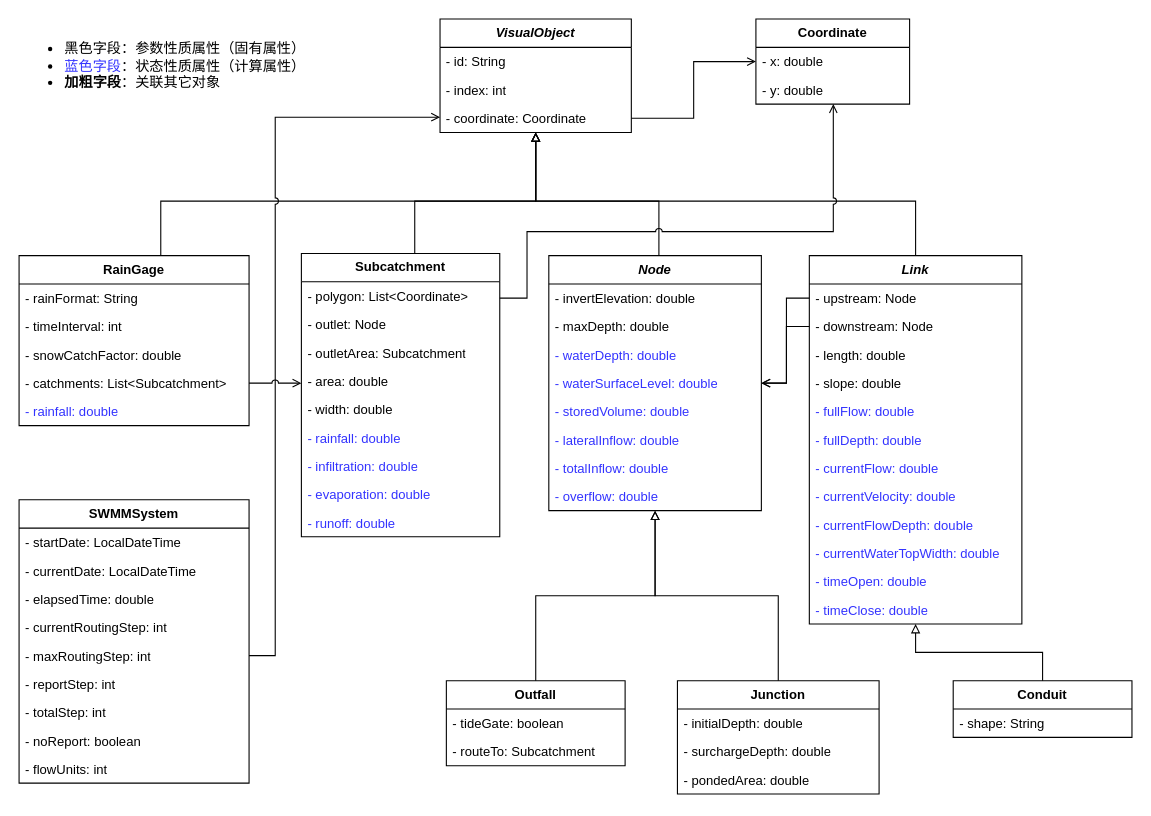
Above: page "SWMM模型" (2 of 6) of docs/diagram/模型图.dio in hubu-mdzhang/swmm-sensorthings (draw.io), before the change. Source tidied: cells renumbered, new cells numbered last; positions are measured from the earlier drawing's top-left corner, leaving out a move shared by most shapes. Both pictures are drawn from the tidied source at 109%, with x=0, y=0 at pixel (19, 19).
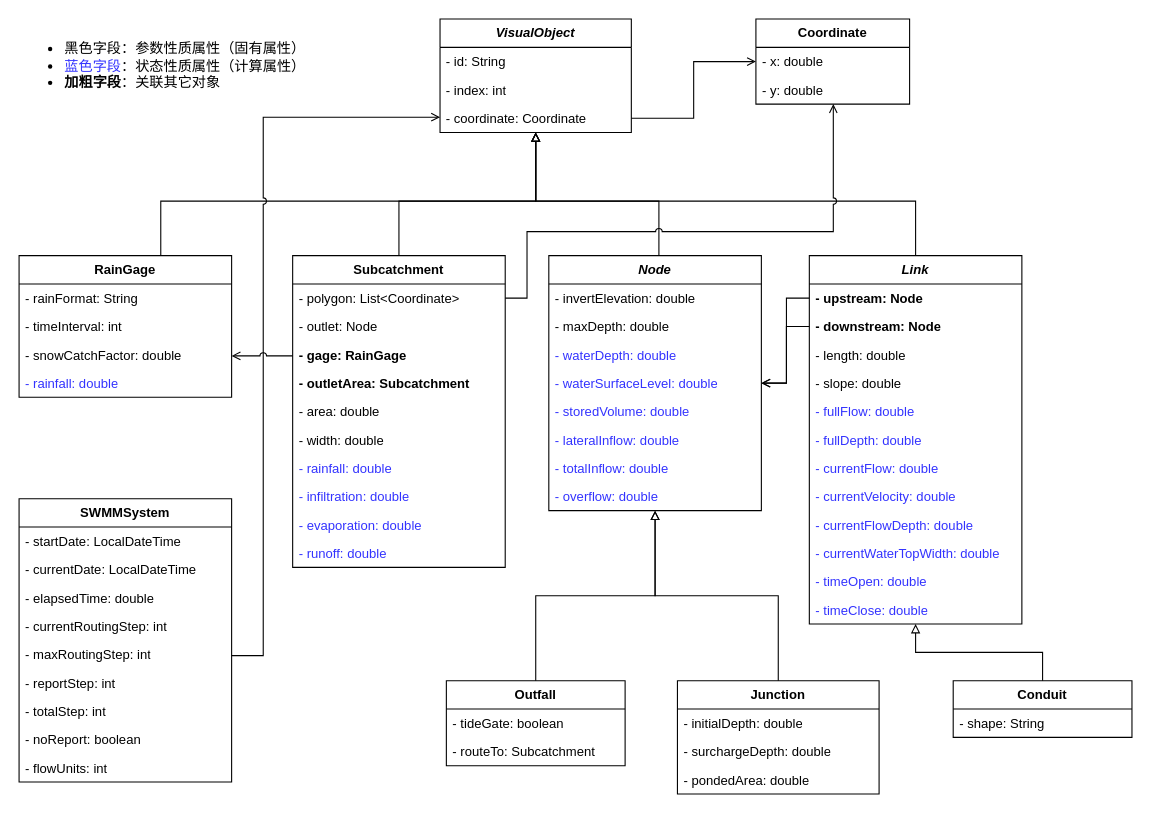
Above is the later version.

Unchanged cells that the change refers to:
```xml
<mxCell id="9" value="&lt;i&gt;VisualObject&lt;/i&gt;" style="swimlane;fontStyle=1;horizontal=1;startSize=26;fillColor=none;whiteSpace=wrap;html=1;" parent="1" vertex="1">
  <mxGeometry x="386.2" width="175.5" height="104" as="geometry" />
</mxCell>
<mxCell id="35" value="&lt;i&gt;Link&lt;/i&gt;" style="swimlane;fontStyle=1;horizontal=1;startSize=26;fillColor=none;whiteSpace=wrap;html=1;" parent="1" vertex="1">
  <mxGeometry x="725" y="217" width="195" height="338" as="geometry" />
</mxCell>
```

What changed in the source:
```diff
@@
     <mxCell id="3" value="RainGage" style="swimlane;fontStyle=1;horizontal=1;startSize=26;fillColor=none;whiteSpace=wrap;html=1;" parent="1" vertex="1">
-      <mxGeometry y="217" width="211" height="156" as="geometry" />
+      <mxGeometry y="217" width="195" height="130" as="geometry" />
     </mxCell>
     <mxCell id="4" value="- rainFormat: String" style="text;align=left;verticalAlign=top;spacingLeft=4;spacingRight=4;overflow=hidden;whiteSpace=wrap;html=1;strokeColor=none;" parent="3" vertex="1">
-      <mxGeometry y="26" width="211" height="26" as="geometry" />
+      <mxGeometry y="26" width="195" height="26" as="geometry" />
     </mxCell>
     <mxCell id="5" value="- timeInterval: int" style="text;align=left;verticalAlign=top;spacingLeft=4;spacingRight=4;overflow=hidden;whiteSpace=wrap;html=1;strokeColor=none;" parent="3" vertex="1">
-      <mxGeometry y="52" width="211" height="26" as="geometry" />
+      <mxGeometry y="52" width="195" height="26" as="geometry" />
     </mxCell>
     <mxCell id="6" value="- snowCatchFactor: double" style="text;align=left;verticalAlign=top;spacingLeft=4;spacingRight=4;overflow=hidden;whiteSpace=wrap;html=1;strokeColor=none;" parent="3" vertex="1">
-      <mxGeometry y="78" width="211" height="26" as="geometry" />
+      <mxGeometry y="78" width="195" height="26" as="geometry" />
     </mxCell>
-    <mxCell id="7" value="- catchments: List&amp;lt;Subcatchment&amp;gt;" style="text;align=left;verticalAlign=top;spacingLeft=4;spacingRight=4;overflow=hidden;points=[[0,0.5],[1,0.5]];portConstraint=eastwest;whiteSpace=wrap;html=1;strokeColor=none;" parent="3" vertex="1">
-      <mxGeometry y="104" width="211" height="26" as="geometry" />
-    </mxCell>
     <mxCell id="8" value="&lt;font&gt;- rainfall:&amp;nbsp;&lt;/font&gt;double" style="text;align=left;verticalAlign=top;spacingLeft=4;spacingRight=4;overflow=hidden;whiteSpace=wrap;html=1;strokeColor=none;fontColor=#3333FF;" parent="3" vertex="1">
-      <mxGeometry y="130" width="211" height="26" as="geometry" />
+      <mxGeometry y="104" width="195" height="26" as="geometry" />
     </mxCell>
@@
     <mxCell id="13" style="edgeStyle=orthogonalEdgeStyle;shape=connector;rounded=0;jettySize=auto;html=1;strokeColor=default;align=center;verticalAlign=middle;fontFamily=Helvetica;fontSize=11;fontColor=default;labelBackgroundColor=default;endArrow=block;endFill=0;" parent="1" edge="1" source="14" target="9">
       <mxGeometry relative="1" as="geometry">
         <Array as="points">
-          <mxPoint x="363" y="167" />
+          <mxPoint x="349" y="167" />
           <mxPoint x="474" y="167" />
         </Array>
       </mxGeometry>
     </mxCell>
     <mxCell id="14" value="Subcatchment" style="swimlane;fontStyle=1;horizontal=1;startSize=26;fillColor=none;whiteSpace=wrap;html=1;" parent="1" vertex="1">
-      <mxGeometry x="259" y="215" width="182" height="260" as="geometry" />
+      <mxGeometry x="251" y="217" width="195" height="286" as="geometry" />
     </mxCell>
     <mxCell id="15" value="- polygon: List&amp;lt;Coordinate&amp;gt;" style="text;align=left;verticalAlign=top;spacingLeft=4;spacingRight=4;overflow=hidden;points=[[0,0.5],[1,0.5]];portConstraint=eastwest;whiteSpace=wrap;html=1;strokeColor=none;" parent="14" vertex="1">
-      <mxGeometry y="26" width="182" height="26" as="geometry" />
+      <mxGeometry y="26" width="195" height="26" as="geometry" />
     </mxCell>
     <mxCell id="16" value="&lt;font&gt;- outlet: Node&lt;/font&gt;" style="text;align=left;verticalAlign=top;spacingLeft=4;spacingRight=4;overflow=hidden;whiteSpace=wrap;html=1;strokeColor=none;fontColor=#000000;" parent="14" vertex="1">
-      <mxGeometry y="52" width="182" height="26" as="geometry" />
+      <mxGeometry y="52" width="195" height="26" as="geometry" />
     </mxCell>
+    <mxCell id="80" value="&lt;font&gt;- gage: RainGage&lt;/font&gt;" style="text;align=left;verticalAlign=top;spacingLeft=4;spacingRight=4;overflow=hidden;points=[[0,0.5],[1,0.5]];portConstraint=eastwest;whiteSpace=wrap;html=1;strokeColor=none;fontColor=#000000;fontStyle=1;" parent="14" vertex="1">
+      <mxGeometry y="78" width="195" height="26" as="geometry" />
+    </mxCell>
-    <mxCell id="17" value="&lt;font&gt;- outletArea: Subcatchment&lt;/font&gt;" style="text;align=left;verticalAlign=top;spacingLeft=4;spacingRight=4;overflow=hidden;whiteSpace=wrap;html=1;strokeColor=none;fontColor=#000000;" parent="14" vertex="1">
-      <mxGeometry y="78" width="182" height="26" as="geometry" />
+    <mxCell id="17" value="&lt;font&gt;- outletArea: Subcatchment&lt;/font&gt;" style="text;align=left;verticalAlign=top;spacingLeft=4;spacingRight=4;overflow=hidden;whiteSpace=wrap;html=1;strokeColor=none;fontColor=#000000;fontStyle=1;" parent="14" vertex="1">
+      <mxGeometry y="104" width="195" height="26" as="geometry" />
     </mxCell>
     <mxCell id="18" value="- area: double" style="text;align=left;verticalAlign=top;spacingLeft=4;spacingRight=4;overflow=hidden;whiteSpace=wrap;html=1;strokeColor=none;" parent="14" vertex="1">
-      <mxGeometry y="104" width="182" height="26" as="geometry" />
+      <mxGeometry y="130" width="195" height="26" as="geometry" />
     </mxCell>
     <mxCell id="19" value="- width: double" style="text;align=left;verticalAlign=top;spacingLeft=4;spacingRight=4;overflow=hidden;whiteSpace=wrap;html=1;strokeColor=none;" parent="14" vertex="1">
-      <mxGeometry y="130" width="182" height="26" as="geometry" />
+      <mxGeometry y="156" width="195" height="26" as="geometry" />
     </mxCell>
     <mxCell id="20" value="&lt;font&gt;- rainfall:&amp;nbsp;&lt;/font&gt;double" style="text;align=left;verticalAlign=top;spacingLeft=4;spacingRight=4;overflow=hidden;whiteSpace=wrap;html=1;strokeColor=none;fontColor=#3333FF;" parent="14" vertex="1">
-      <mxGeometry y="156" width="182" height="26" as="geometry" />
+      <mxGeometry y="182" width="195" height="26" as="geometry" />
     </mxCell>
     <mxCell id="21" value="&lt;font&gt;- infiltration:&amp;nbsp;&lt;/font&gt;double" style="text;align=left;verticalAlign=top;spacingLeft=4;spacingRight=4;overflow=hidden;whiteSpace=wrap;html=1;strokeColor=none;fontColor=#3333FF;" parent="14" vertex="1">
-      <mxGeometry y="182" width="182" height="26" as="geometry" />
+      <mxGeometry y="208" width="195" height="26" as="geometry" />
     </mxCell>
     <mxCell id="22" value="&lt;font&gt;-&amp;nbsp;evaporation:&amp;nbsp;&lt;/font&gt;double" style="text;align=left;verticalAlign=top;spacingLeft=4;spacingRight=4;overflow=hidden;whiteSpace=wrap;html=1;strokeColor=none;fontColor=#3333FF;" parent="14" vertex="1">
-      <mxGeometry y="208" width="182" height="26" as="geometry" />
+      <mxGeometry y="234" width="195" height="26" as="geometry" />
     </mxCell>
     <mxCell id="23" value="&lt;font&gt;-&amp;nbsp;runoff:&amp;nbsp;&lt;/font&gt;double" style="text;align=left;verticalAlign=top;spacingLeft=4;spacingRight=4;overflow=hidden;whiteSpace=wrap;html=1;strokeColor=none;fontColor=#3333FF;" parent="14" vertex="1">
-      <mxGeometry y="234" width="182" height="26" as="geometry" />
+      <mxGeometry y="260" width="195" height="26" as="geometry" />
     </mxCell>
@@
-    <mxCell id="36" value="- upstream: Node" style="text;align=left;verticalAlign=top;spacingLeft=4;spacingRight=4;overflow=hidden;points=[[0,0.5],[1,0.5]];portConstraint=eastwest;whiteSpace=wrap;html=1;strokeColor=none;" parent="35" vertex="1">
+    <mxCell id="36" value="- upstream: Node" style="text;align=left;verticalAlign=top;spacingLeft=4;spacingRight=4;overflow=hidden;points=[[0,0.5],[1,0.5]];portConstraint=eastwest;whiteSpace=wrap;html=1;strokeColor=none;fontStyle=1;" parent="35" vertex="1">
       <mxGeometry y="26" width="195" height="26" as="geometry" />
     </mxCell>
-    <mxCell id="37" value="- downstream: Node" style="text;align=left;verticalAlign=top;spacingLeft=4;spacingRight=4;overflow=hidden;points=[[0,0.5],[1,0.5]];portConstraint=eastwest;whiteSpace=wrap;html=1;strokeColor=none;" parent="35" vertex="1">
+    <mxCell id="37" value="- downstream: Node" style="text;align=left;verticalAlign=top;spacingLeft=4;spacingRight=4;overflow=hidden;points=[[0,0.5],[1,0.5]];portConstraint=eastwest;whiteSpace=wrap;html=1;strokeColor=none;fontStyle=1;" parent="35" vertex="1">
       <mxGeometry y="52" width="195" height="26" as="geometry" />
     </mxCell>
@@
     <mxCell id="50" style="edgeStyle=orthogonalEdgeStyle;rounded=0;jettySize=auto;html=1;endArrow=open;endFill=0;jumpStyle=arc;" parent="1" edge="1" source="51" target="9">
       <mxGeometry relative="1" as="geometry">
         <Array as="points">
-          <mxPoint x="235" y="584" />
-          <mxPoint x="235" y="90" />
+          <mxPoint x="224" y="584" />
+          <mxPoint x="224" y="90" />
         </Array>
       </mxGeometry>
     </mxCell>
     <mxCell id="51" value="SWMMSystem" style="swimlane;fontStyle=1;horizontal=1;startSize=26;fillColor=none;whiteSpace=wrap;html=1;" parent="1" vertex="1">
-      <mxGeometry y="441" width="211" height="260" as="geometry" />
+      <mxGeometry y="440" width="195" height="260" as="geometry" />
     </mxCell>
     <mxCell id="52" value="- startDate: LocalDateTime" style="text;align=left;verticalAlign=top;spacingLeft=4;spacingRight=4;overflow=hidden;whiteSpace=wrap;html=1;strokeColor=none;" parent="51" vertex="1">
-      <mxGeometry y="26" width="211" height="26" as="geometry" />
+      <mxGeometry y="26" width="195" height="26" as="geometry" />
     </mxCell>
     <mxCell id="53" value="- currentDate: LocalDateTime" style="text;align=left;verticalAlign=top;spacingLeft=4;spacingRight=4;overflow=hidden;whiteSpace=wrap;html=1;strokeColor=none;" parent="51" vertex="1">
-      <mxGeometry y="52" width="211" height="26" as="geometry" />
+      <mxGeometry y="52" width="195" height="26" as="geometry" />
     </mxCell>
     <mxCell id="54" value="- elapsedTime: double" style="text;align=left;verticalAlign=top;spacingLeft=4;spacingRight=4;overflow=hidden;whiteSpace=wrap;html=1;strokeColor=none;" parent="51" vertex="1">
-      <mxGeometry y="78" width="211" height="26" as="geometry" />
+      <mxGeometry y="78" width="195" height="26" as="geometry" />
     </mxCell>
     <mxCell id="55" value="- currentRoutingStep: int" style="text;align=left;verticalAlign=top;spacingLeft=4;spacingRight=4;overflow=hidden;whiteSpace=wrap;html=1;strokeColor=none;" parent="51" vertex="1">
-      <mxGeometry y="104" width="211" height="26" as="geometry" />
+      <mxGeometry y="104" width="195" height="26" as="geometry" />
     </mxCell>
     <mxCell id="56" value="- maxRoutingStep: int" style="text;align=left;verticalAlign=top;spacingLeft=4;spacingRight=4;overflow=hidden;whiteSpace=wrap;html=1;strokeColor=none;" parent="51" vertex="1">
-      <mxGeometry y="130" width="211" height="26" as="geometry" />
+      <mxGeometry y="130" width="195" height="26" as="geometry" />
     </mxCell>
     <mxCell id="57" value="- reportStep: int" style="text;align=left;verticalAlign=top;spacingLeft=4;spacingRight=4;overflow=hidden;whiteSpace=wrap;html=1;strokeColor=none;" parent="51" vertex="1">
-      <mxGeometry y="156" width="211" height="26" as="geometry" />
+      <mxGeometry y="156" width="195" height="26" as="geometry" />
     </mxCell>
     <mxCell id="58" value="- totalStep: int" style="text;align=left;verticalAlign=top;spacingLeft=4;spacingRight=4;overflow=hidden;whiteSpace=wrap;html=1;strokeColor=none;" parent="51" vertex="1">
-      <mxGeometry y="182" width="211" height="26" as="geometry" />
+      <mxGeometry y="182" width="195" height="26" as="geometry" />
     </mxCell>
     <mxCell id="59" value="- noReport: boolean" style="text;align=left;verticalAlign=top;spacingLeft=4;spacingRight=4;overflow=hidden;whiteSpace=wrap;html=1;strokeColor=none;" parent="51" vertex="1">
-      <mxGeometry y="208" width="211" height="26" as="geometry" />
+      <mxGeometry y="208" width="195" height="26" as="geometry" />
     </mxCell>
     <mxCell id="60" value="- flowUnits: int" style="text;align=left;verticalAlign=top;spacingLeft=4;spacingRight=4;overflow=hidden;whiteSpace=wrap;html=1;strokeColor=none;" parent="51" vertex="1">
-      <mxGeometry y="234" width="211" height="26" as="geometry" />
+      <mxGeometry y="234" width="195" height="26" as="geometry" />
     </mxCell>
@@
-    <mxCell id="79" style="edgeStyle=orthogonalEdgeStyle;rounded=0;jettySize=auto;html=1;endArrow=open;endFill=0;jumpStyle=arc;" parent="1" edge="1" source="7" target="14">
-      <mxGeometry relative="1" as="geometry">
-        <Array as="points">
-          <mxPoint x="248" y="334" />
-          <mxPoint x="248" y="334" />
-        </Array>
-      </mxGeometry>
-    </mxCell>
+    <mxCell id="81" style="edgeStyle=orthogonalEdgeStyle;rounded=0;jettySize=auto;html=1;endArrow=open;endFill=0;jumpStyle=arc;" parent="1" edge="1" source="80" target="3">
+      <mxGeometry relative="1" as="geometry">
+        <Array as="points">
+          <mxPoint x="222" y="309" />
+          <mxPoint x="222" y="309" />
+        </Array>
+      </mxGeometry>
+    </mxCell>
```
